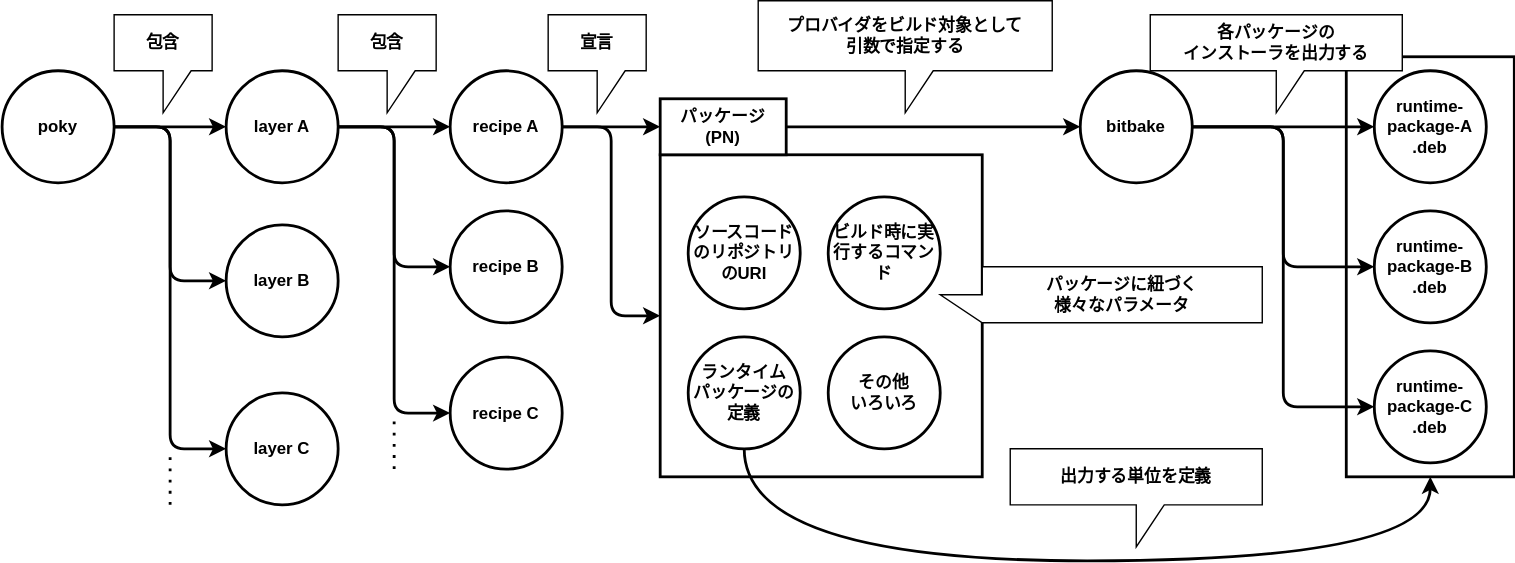
The draw.io diagram manual/docs/images/poky-layer-recipe-package.drawio.svg in AngryMane/yocto-learning, before a commit. Source tidied: cells renumbered, new cells last; positions are measured from the earlier drawing's top-left corner, leaving out a move shared by most shapes.
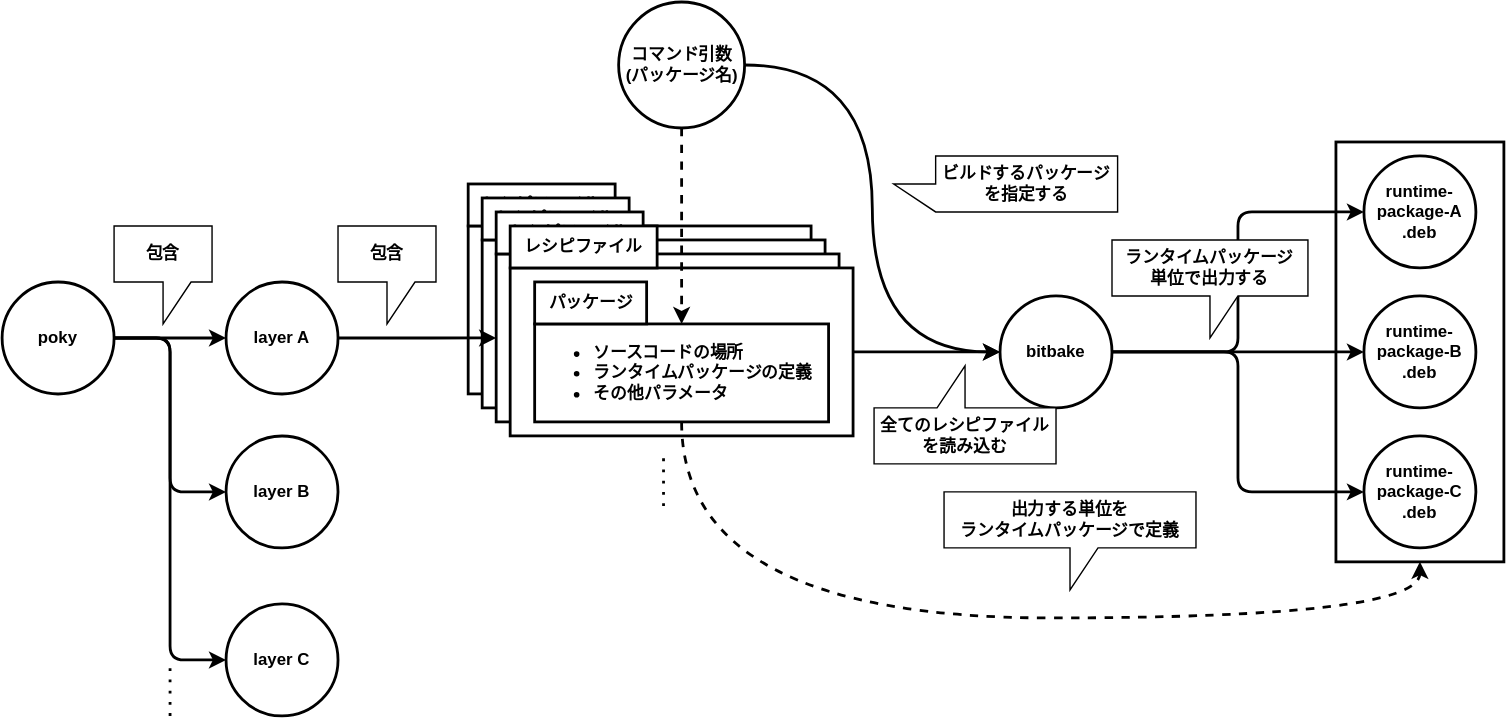
Later version of the same file.

Change to the diagram source:
```diff
@@ -2,12 +2,6 @@
   <root>
     <mxCell id="0" />
     <mxCell id="1" parent="0" />
-    <mxCell id="2" style="rounded=0;whiteSpace=wrap;html=1;strokeWidth=2;" parent="1" vertex="1">
-      <mxGeometry x="960" y="40" width="120" height="300" as="geometry" />
-    </mxCell>
-    <mxCell id="3" value="出力する単位を定義" style="shape=callout;whiteSpace=wrap;html=1;perimeter=calloutPerimeter;fontStyle=1;fontSize=12;" parent="1" vertex="1">
-      <mxGeometry x="720" y="320" width="180" height="70" as="geometry" />
-    </mxCell>
     <mxCell id="4" style="edgeStyle=orthogonalEdgeStyle;curved=1;html=1;exitX=1;exitY=0.5;exitDx=0;exitDy=0;fontSize=12;strokeWidth=2;" parent="1" edge="1" source="7" target="11">
       <mxGeometry relative="1" as="geometry" />
     </mxCell>
@@ -20,15 +14,6 @@
     <mxCell id="7" value="poky" style="ellipse;whiteSpace=wrap;html=1;fontStyle=1;strokeWidth=2;" parent="1" vertex="1">
       <mxGeometry y="50" width="80" height="80" as="geometry" />
     </mxCell>
-    <mxCell id="8" style="edgeStyle=orthogonalEdgeStyle;curved=1;html=1;exitX=1;exitY=0.5;exitDx=0;exitDy=0;entryX=0;entryY=0.5;entryDx=0;entryDy=0;fontSize=12;strokeWidth=2;" parent="1" edge="1" source="11" target="14">
-      <mxGeometry relative="1" as="geometry" />
-    </mxCell>
-    <mxCell id="9" style="edgeStyle=orthogonalEdgeStyle;html=1;exitX=1;exitY=0.5;exitDx=0;exitDy=0;entryX=0;entryY=0.5;entryDx=0;entryDy=0;fontSize=12;strokeWidth=2;" parent="1" edge="1" source="11" target="15">
-      <mxGeometry relative="1" as="geometry" />
-    </mxCell>
-    <mxCell id="10" style="edgeStyle=orthogonalEdgeStyle;html=1;exitX=1;exitY=0.5;exitDx=0;exitDy=0;entryX=0;entryY=0.5;entryDx=0;entryDy=0;fontSize=12;strokeWidth=2;" parent="1" edge="1" source="11" target="16">
-      <mxGeometry relative="1" as="geometry" />
-    </mxCell>
     <mxCell id="11" value="layer A" style="ellipse;whiteSpace=wrap;html=1;fontStyle=1;strokeWidth=2;" parent="1" vertex="1">
       <mxGeometry x="160" y="50" width="80" height="80" as="geometry" />
     </mxCell>
@@ -38,100 +23,124 @@
     <mxCell id="13" value="layer C" style="ellipse;whiteSpace=wrap;html=1;fontStyle=1;strokeWidth=2;" parent="1" vertex="1">
       <mxGeometry x="160" y="280" width="80" height="80" as="geometry" />
     </mxCell>
-    <mxCell id="14" value="recipe A" style="ellipse;whiteSpace=wrap;html=1;fontStyle=1;strokeWidth=2;" parent="1" vertex="1">
-      <mxGeometry x="320" y="50" width="80" height="80" as="geometry" />
-    </mxCell>
-    <mxCell id="15" value="recipe B" style="ellipse;whiteSpace=wrap;html=1;fontStyle=1;strokeWidth=2;" parent="1" vertex="1">
-      <mxGeometry x="320" y="150" width="80" height="80" as="geometry" />
-    </mxCell>
-    <mxCell id="16" value="recipe C" style="ellipse;whiteSpace=wrap;html=1;fontStyle=1;strokeWidth=2;" parent="1" vertex="1">
-      <mxGeometry x="320" y="254.5" width="80" height="80" as="geometry" />
-    </mxCell>
     <mxCell id="17" value="包含" style="shape=callout;whiteSpace=wrap;html=1;perimeter=calloutPerimeter;fontStyle=1;fontSize=12;" parent="1" vertex="1">
       <mxGeometry x="80" y="10" width="70" height="70" as="geometry" />
     </mxCell>
-    <mxCell id="18" value="包含" style="shape=callout;whiteSpace=wrap;html=1;perimeter=calloutPerimeter;fontStyle=1;fontSize=12;" parent="1" vertex="1">
-      <mxGeometry x="240" y="10" width="70" height="70" as="geometry" />
-    </mxCell>
     <mxCell id="19" style="endArrow=none;dashed=1;html=1;dashPattern=1 3;strokeWidth=2;fontSize=12;" parent="1" edge="1">
       <mxGeometry relative="1" as="geometry">
         <mxPoint x="120" y="360" as="sourcePoint" />
         <mxPoint x="120" y="320" as="targetPoint" />
       </mxGeometry>
     </mxCell>
-    <mxCell id="20" style="endArrow=none;dashed=1;html=1;dashPattern=1 3;strokeWidth=2;fontSize=12;" parent="1" edge="1">
-      <mxGeometry relative="1" as="geometry">
-        <mxPoint x="280" y="334.5" as="sourcePoint" />
-        <mxPoint x="280" y="294.5" as="targetPoint" />
-      </mxGeometry>
-    </mxCell>
-    <mxCell id="21" style="rounded=0;whiteSpace=wrap;html=1;strokeWidth=2;" parent="1" vertex="1">
-      <mxGeometry x="470" y="110" width="230" height="230" as="geometry" />
-    </mxCell>
-    <mxCell id="22" style="edgeStyle=orthogonalEdgeStyle;html=1;exitX=1;exitY=0.5;exitDx=0;exitDy=0;strokeWidth=2;" parent="1" edge="1" source="32" target="29">
-      <mxGeometry relative="1" as="geometry" />
-    </mxCell>
-    <mxCell id="23" value="ソースコードのリポジトリのURI" style="ellipse;whiteSpace=wrap;html=1;fontStyle=1;strokeWidth=2;" parent="1" vertex="1">
-      <mxGeometry x="490" y="140" width="80" height="80" as="geometry" />
-    </mxCell>
-    <mxCell id="24" value="ビルド時に実行するコマンド" style="ellipse;whiteSpace=wrap;html=1;fontStyle=1;strokeWidth=2;" parent="1" vertex="1">
-      <mxGeometry x="590" y="140" width="80" height="80" as="geometry" />
-    </mxCell>
-    <mxCell id="25" value="パッケージに紐づく&lt;br&gt;様々なパラメータ" style="shape=callout;whiteSpace=wrap;html=1;perimeter=calloutPerimeter;fontStyle=1;fontSize=12;direction=south;" parent="1" vertex="1">
-      <mxGeometry x="670" y="190" width="230" height="40" as="geometry" />
-    </mxCell>
+    <mxCell id="42" style="group;" parent="1" vertex="1">
+      <mxGeometry x="333" y="-20.1" width="245" height="150" as="geometry" />
+    </mxCell>
+    <mxCell id="43" style="rounded=0;whiteSpace=wrap;html=1;strokeWidth=2;" parent="42" vertex="1">
+      <mxGeometry y="30" width="245" height="120" as="geometry" />
+    </mxCell>
+    <mxCell id="44" value="レシピファイル" style="rounded=0;whiteSpace=wrap;html=1;fontStyle=1;strokeWidth=2;" parent="42" vertex="1">
+      <mxGeometry width="105" height="30" as="geometry" />
+    </mxCell>
+    <mxCell id="45" style="group;" parent="1" vertex="1">
+      <mxGeometry x="343" y="-10.1" width="260" height="150" as="geometry" />
+    </mxCell>
+    <mxCell id="46" style="rounded=0;whiteSpace=wrap;html=1;strokeWidth=2;" parent="45" vertex="1">
+      <mxGeometry y="30" width="245" height="120" as="geometry" />
+    </mxCell>
+    <mxCell id="47" value="レシピファイル" style="rounded=0;whiteSpace=wrap;html=1;fontStyle=1;strokeWidth=2;" parent="45" vertex="1">
+      <mxGeometry width="105" height="30" as="geometry" />
+    </mxCell>
+    <mxCell id="48" style="group;" parent="1" vertex="1">
+      <mxGeometry x="353" y="-0.1" width="245" height="150" as="geometry" />
+    </mxCell>
+    <mxCell id="49" style="rounded=0;whiteSpace=wrap;html=1;strokeWidth=2;" parent="48" vertex="1">
+      <mxGeometry y="30" width="245" height="120" as="geometry" />
+    </mxCell>
+    <mxCell id="50" value="レシピファイル" style="rounded=0;whiteSpace=wrap;html=1;fontStyle=1;strokeWidth=2;" parent="48" vertex="1">
+      <mxGeometry width="105" height="30" as="geometry" />
+    </mxCell>
+    <mxCell id="51" style="group;" parent="1" vertex="1">
+      <mxGeometry x="363" y="9.9" width="245" height="150" as="geometry" />
+    </mxCell>
+    <mxCell id="52" style="rounded=0;whiteSpace=wrap;html=1;strokeWidth=2;" parent="51" vertex="1">
+      <mxGeometry y="30" width="245" height="120" as="geometry" />
+    </mxCell>
+    <mxCell id="53" value="レシピファイル" style="rounded=0;whiteSpace=wrap;html=1;fontStyle=1;strokeWidth=2;" parent="51" vertex="1">
+      <mxGeometry width="105" height="30" as="geometry" />
+    </mxCell>
+    <mxCell id="54" value="&lt;ul&gt;&lt;li&gt;ソースコードの場所&lt;/li&gt;&lt;li&gt;ランタイムパッケージの定義&lt;br&gt;&lt;/li&gt;&lt;li&gt;その他パラメータ&lt;/li&gt;&lt;/ul&gt;" style="rounded=0;whiteSpace=wrap;html=1;strokeWidth=2;fontStyle=1;align=left;" parent="51" vertex="1">
+      <mxGeometry x="17.5" y="70" width="210" height="70" as="geometry" />
+    </mxCell>
+    <mxCell id="55" value="パッケージ" style="rounded=0;whiteSpace=wrap;html=1;fontStyle=1;strokeWidth=2;" parent="51" vertex="1">
+      <mxGeometry x="17.5" y="40" width="80" height="30" as="geometry" />
+    </mxCell>
+    <mxCell id="29" value="bitbake" style="ellipse;whiteSpace=wrap;html=1;fontStyle=1;strokeWidth=2;" parent="1" vertex="1">
+      <mxGeometry x="713" y="59.9" width="80" height="80" as="geometry" />
+    </mxCell>
+    <mxCell id="56" style="edgeStyle=orthogonalEdgeStyle;curved=1;html=1;exitX=1;exitY=0.5;exitDx=0;exitDy=0;strokeWidth=2;" parent="1" edge="1" source="52" target="29">
+      <mxGeometry relative="1" as="geometry" />
+    </mxCell>
+    <mxCell id="57" style="edgeStyle=orthogonalEdgeStyle;curved=1;html=1;exitX=1;exitY=0.5;exitDx=0;exitDy=0;entryX=0;entryY=0.5;entryDx=0;entryDy=0;strokeWidth=2;" parent="1" edge="1" source="59" target="29">
+      <mxGeometry relative="1" as="geometry" />
+    </mxCell>
+    <mxCell id="58" style="edgeStyle=orthogonalEdgeStyle;curved=1;html=1;exitX=0.5;exitY=1;exitDx=0;exitDy=0;strokeWidth=2;dashed=1;" parent="1" edge="1" source="59" target="54">
+      <mxGeometry relative="1" as="geometry" />
+    </mxCell>
+    <mxCell id="59" value="コマンド引数&lt;br&gt;(パッケージ名)" style="ellipse;whiteSpace=wrap;html=1;fontStyle=1;strokeWidth=2;" parent="1" vertex="1">
+      <mxGeometry x="440.5" y="-150.1" width="90" height="90" as="geometry" />
+    </mxCell>
+    <mxCell id="60" value="ビルドするパッケージを指定する" style="shape=callout;whiteSpace=wrap;html=1;perimeter=calloutPerimeter;fontStyle=1;fontSize=12;direction=south;" parent="1" vertex="1">
+      <mxGeometry x="637" y="-40.1" width="160" height="40" as="geometry" />
+    </mxCell>
+    <mxCell id="61" value="全てのレシピファイルを読み込む" style="shape=callout;whiteSpace=wrap;html=1;perimeter=calloutPerimeter;fontStyle=1;fontSize=12;direction=west;" parent="1" vertex="1">
+      <mxGeometry x="623" y="109.9" width="130" height="70" as="geometry" />
+    </mxCell>
+    <mxCell id="62" style="rounded=0;whiteSpace=wrap;html=1;strokeWidth=2;" parent="1" vertex="1">
+      <mxGeometry x="953" y="-50.1" width="120" height="300" as="geometry" />
+    </mxCell>
-    <mxCell id="26" style="edgeStyle=orthogonalEdgeStyle;html=1;exitX=1;exitY=0.5;exitDx=0;exitDy=0;entryX=0;entryY=0.5;entryDx=0;entryDy=0;strokeWidth=2;" parent="1" edge="1" source="29" target="37">
+    <mxCell id="26" style="edgeStyle=orthogonalEdgeStyle;html=1;entryX=0;entryY=0.5;entryDx=0;entryDy=0;strokeWidth=2;exitX=1;exitY=0.5;exitDx=0;exitDy=0;" parent="1" edge="1" source="29" target="37">
       <mxGeometry relative="1" as="geometry" />
     </mxCell>
     <mxCell id="27" style="edgeStyle=orthogonalEdgeStyle;html=1;exitX=1;exitY=0.5;exitDx=0;exitDy=0;entryX=0;entryY=0.5;entryDx=0;entryDy=0;strokeWidth=2;" parent="1" edge="1" source="29" target="38">
       <mxGeometry relative="1" as="geometry" />
     </mxCell>
-    <mxCell id="28" style="edgeStyle=orthogonalEdgeStyle;html=1;exitX=1;exitY=0.5;exitDx=0;exitDy=0;entryX=0;entryY=0.5;entryDx=0;entryDy=0;strokeWidth=2;" parent="1" edge="1" source="29" target="39">
+    <mxCell id="28" style="edgeStyle=orthogonalEdgeStyle;html=1;entryX=0;entryY=0.5;entryDx=0;entryDy=0;strokeWidth=2;exitX=1;exitY=0.5;exitDx=0;exitDy=0;" parent="1" edge="1" source="29" target="39">
       <mxGeometry relative="1" as="geometry" />
     </mxCell>
-    <mxCell id="29" value="bitbake" style="ellipse;whiteSpace=wrap;html=1;fontStyle=1;strokeWidth=2;" parent="1" vertex="1">
-      <mxGeometry x="770" y="50" width="80" height="80" as="geometry" />
-    </mxCell>
-    <mxCell id="30" style="edgeStyle=orthogonalEdgeStyle;html=1;exitX=0.5;exitY=1;exitDx=0;exitDy=0;entryX=0.5;entryY=1;entryDx=0;entryDy=0;strokeWidth=2;curved=1;" parent="1" edge="1" source="31" target="2">
-      <mxGeometry relative="1" as="geometry">
-        <Array as="points">
-          <mxPoint x="530" y="400" />
-          <mxPoint x="1020" y="400" />
-        </Array>
-      </mxGeometry>
-    </mxCell>
-    <mxCell id="31" value="ランタイム&lt;br&gt;パッケージの定義" style="ellipse;whiteSpace=wrap;html=1;fontStyle=1;strokeWidth=2;" parent="1" vertex="1">
-      <mxGeometry x="490" y="240" width="80" height="80" as="geometry" />
-    </mxCell>
-    <mxCell id="32" value="パッケージ&lt;br&gt;(PN)" style="rounded=0;whiteSpace=wrap;html=1;fontStyle=1;strokeWidth=2;" parent="1" vertex="1">
-      <mxGeometry x="470" y="70" width="90" height="40" as="geometry" />
-    </mxCell>
-    <mxCell id="33" style="edgeStyle=orthogonalEdgeStyle;html=1;exitX=1;exitY=0.5;exitDx=0;exitDy=0;strokeWidth=2;entryX=0;entryY=0.5;entryDx=0;entryDy=0;" parent="1" edge="1" source="14" target="21">
-      <mxGeometry relative="1" as="geometry" />
-    </mxCell>
-    <mxCell id="34" style="edgeStyle=orthogonalEdgeStyle;html=1;strokeWidth=2;" parent="1" edge="1" source="14" target="32">
-      <mxGeometry relative="1" as="geometry" />
-    </mxCell>
-    <mxCell id="35" value="宣言" style="shape=callout;whiteSpace=wrap;html=1;perimeter=calloutPerimeter;fontStyle=1;fontSize=12;" parent="1" vertex="1">
-      <mxGeometry x="390" y="10" width="70" height="70" as="geometry" />
-    </mxCell>
-    <mxCell id="36" value="その他&lt;br&gt;いろいろ" style="ellipse;whiteSpace=wrap;html=1;fontStyle=1;strokeWidth=2;" parent="1" vertex="1">
-      <mxGeometry x="590" y="240" width="80" height="80" as="geometry" />
-    </mxCell>
     <mxCell id="37" value="runtime-&lt;br&gt;package-A&lt;br&gt;.deb" style="ellipse;whiteSpace=wrap;html=1;fontStyle=1;strokeWidth=2;" parent="1" vertex="1">
-      <mxGeometry x="980" y="50" width="80" height="80" as="geometry" />
+      <mxGeometry x="973" y="-40.1" width="80" height="80" as="geometry" />
     </mxCell>
     <mxCell id="38" value="runtime-&lt;br&gt;package-B&lt;br&gt;.deb" style="ellipse;whiteSpace=wrap;html=1;fontStyle=1;strokeWidth=2;" parent="1" vertex="1">
-      <mxGeometry x="980" y="150" width="80" height="80" as="geometry" />
+      <mxGeometry x="973" y="59.9" width="80" height="80" as="geometry" />
     </mxCell>
     <mxCell id="39" value="runtime-&lt;br&gt;package-C&lt;br&gt;.deb" style="ellipse;whiteSpace=wrap;html=1;fontStyle=1;strokeWidth=2;" parent="1" vertex="1">
-      <mxGeometry x="980" y="250" width="80" height="80" as="geometry" />
+      <mxGeometry x="973" y="159.9" width="80" height="80" as="geometry" />
     </mxCell>
-    <mxCell id="40" value="各パッケージの&lt;br&gt;インストーラを出力する" style="shape=callout;whiteSpace=wrap;html=1;perimeter=calloutPerimeter;fontStyle=1;fontSize=12;" parent="1" vertex="1">
-      <mxGeometry x="820" y="10" width="180" height="70" as="geometry" />
-    </mxCell>
-    <mxCell id="41" value="プロバイダをビルド対象として&lt;br&gt;引数で指定する" style="shape=callout;whiteSpace=wrap;html=1;perimeter=calloutPerimeter;fontStyle=1;fontSize=12;" parent="1" vertex="1">
-      <mxGeometry x="540" width="210" height="80" as="geometry" />
-    </mxCell>
+    <mxCell id="63" value="ランタイムパッケージ&lt;br&gt;単位で出力する" style="shape=callout;whiteSpace=wrap;html=1;perimeter=calloutPerimeter;fontStyle=1;fontSize=12;" parent="1" vertex="1">
+      <mxGeometry x="793" y="19.9" width="140" height="70" as="geometry" />
+    </mxCell>
+    <mxCell id="64" style="edgeStyle=orthogonalEdgeStyle;curved=1;html=1;exitX=0.5;exitY=1;exitDx=0;exitDy=0;entryX=0.5;entryY=1;entryDx=0;entryDy=0;strokeWidth=2;dashed=1;" parent="1" edge="1" source="54" target="62">
+      <mxGeometry relative="1" as="geometry">
+        <Array as="points">
+          <mxPoint x="486" y="290" />
+          <mxPoint x="1013" y="290" />
+        </Array>
+      </mxGeometry>
+    </mxCell>
+    <mxCell id="65" value="出力する単位を&lt;br&gt;ランタイムパッケージで定義" style="shape=callout;whiteSpace=wrap;html=1;perimeter=calloutPerimeter;fontStyle=1;fontSize=12;direction=east;" parent="1" vertex="1">
+      <mxGeometry x="673" y="199.9" width="180" height="70" as="geometry" />
+    </mxCell>
+    <mxCell id="18" value="包含" style="shape=callout;whiteSpace=wrap;html=1;perimeter=calloutPerimeter;fontStyle=1;fontSize=12;" parent="1" vertex="1">
+      <mxGeometry x="240" y="10" width="70" height="70" as="geometry" />
+    </mxCell>
+    <mxCell id="66" style="edgeStyle=elbowEdgeStyle;html=1;exitX=1;exitY=0.5;exitDx=0;exitDy=0;entryX=0;entryY=0.5;entryDx=0;entryDy=0;strokeWidth=2;" parent="1" edge="1" source="11" target="49">
+      <mxGeometry relative="1" as="geometry" />
+    </mxCell>
+    <mxCell id="67" style="endArrow=none;dashed=1;html=1;dashPattern=1 3;strokeWidth=2;fontSize=12;" parent="1" edge="1">
+      <mxGeometry relative="1" as="geometry">
+        <mxPoint x="472.6" y="210" as="sourcePoint" />
+        <mxPoint x="472.6" y="170" as="targetPoint" />
+      </mxGeometry>
+    </mxCell>
   </root>
 </mxGraphModel>
```
